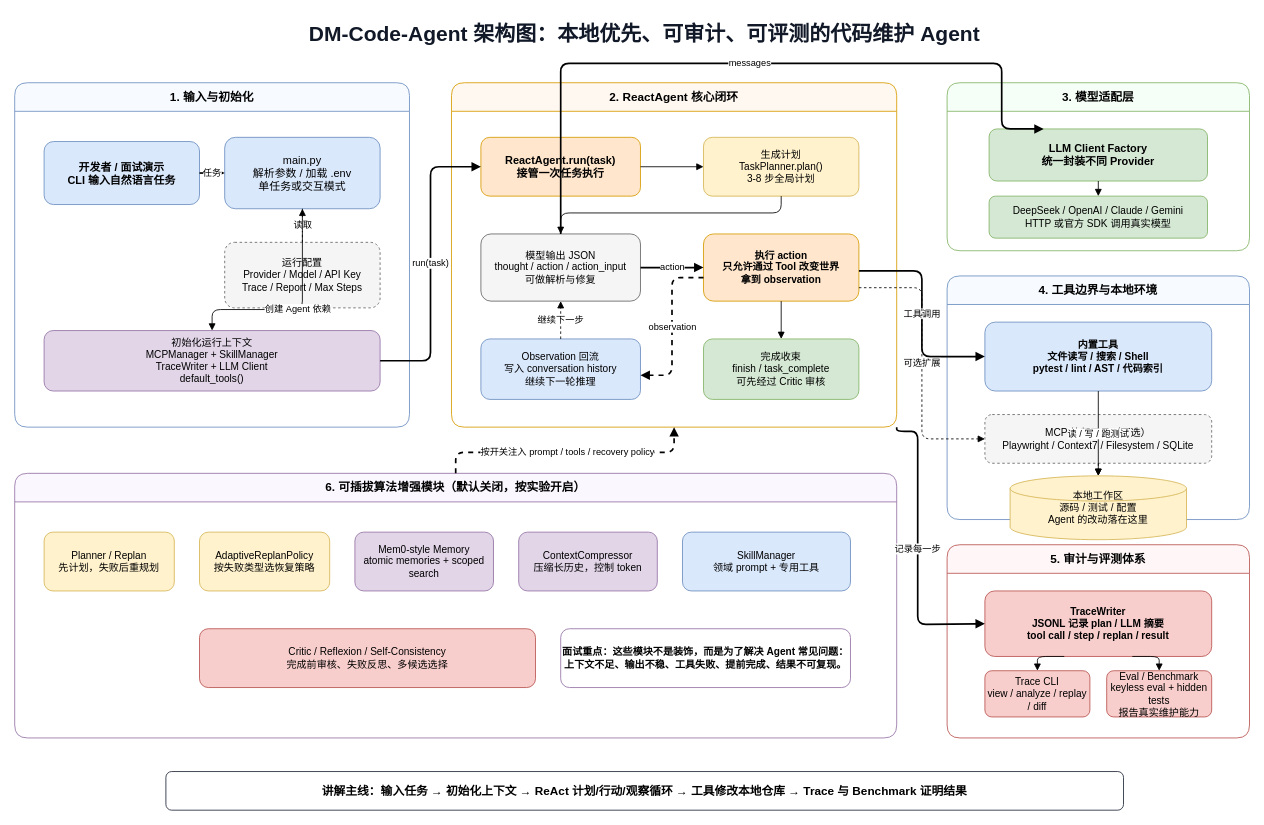
hwfengcs/DM-Code-Agent keeps this draw.io diagram as docs/architecture.drawio. Above is the earlier version. Source tidied: cells renumbered, new cells numbered last; positions are measured from the earlier drawing's top-left corner, leaving out a move shared by most shapes. Both pictures are drawn from the tidied source at 84%, with x=0, y=0 at pixel (14, 14).
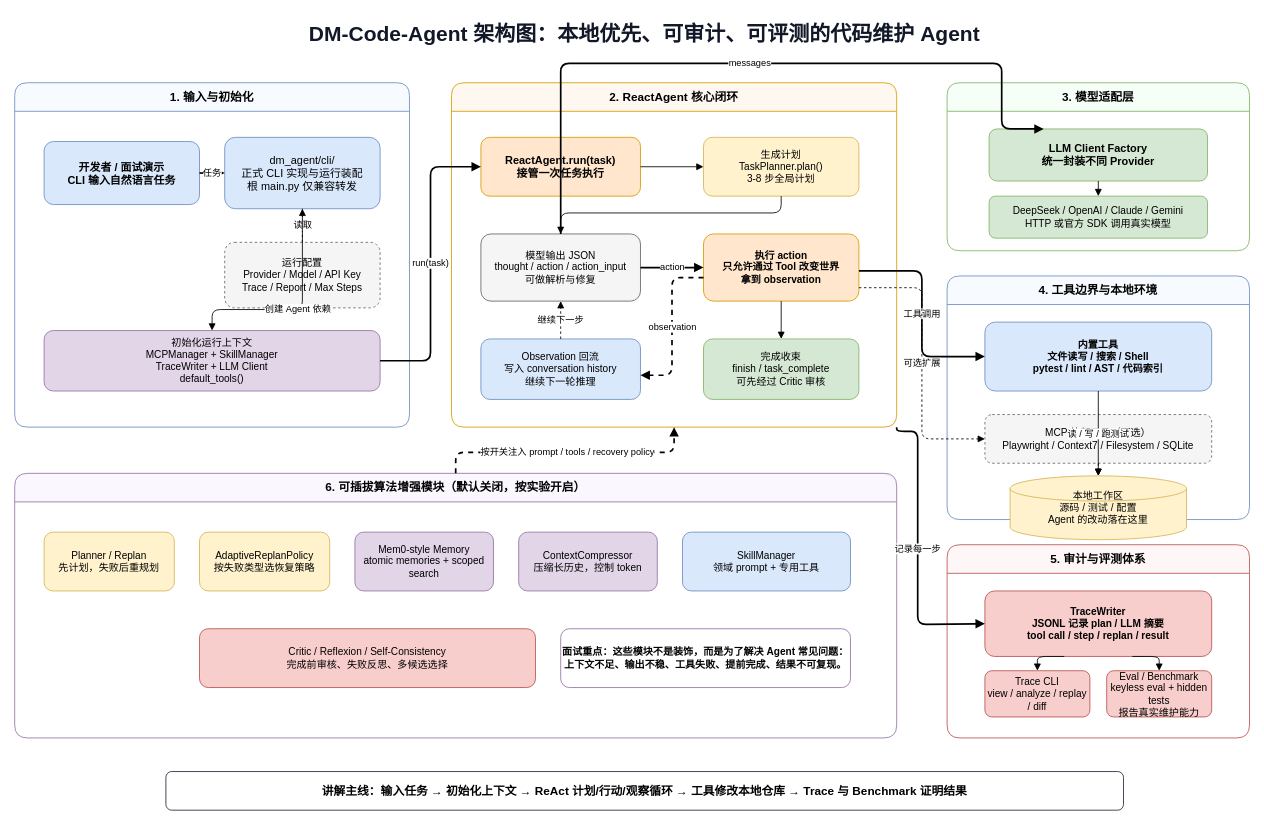
The same page after the edit.

Unchanged cells that the change refers to:
```xml
<mxCell id="3" value="1. 输入与初始化" style="swimlane;startSize=34;rounded=1;whiteSpace=wrap;html=1;fontFamily=Microsoft YaHei;fontSize=14;fontStyle=1;fillColor=#f7fbff;strokeColor=#6c8ebf;" parent="1" vertex="1">
  <mxGeometry y="81" width="470" height="410" as="geometry" />
</mxCell>
```

What changed in the source:
```diff
@@
-    <mxCell id="10" value="main.py&#10;解析参数 / 加载 .env&#10;单任务或交互模式" style="rounded=1;whiteSpace=wrap;html=1;fontFamily=Microsoft YaHei;fontSize=13;fillColor=#dae8fc;strokeColor=#6c8ebf;" parent="3" vertex="1">
+    <mxCell id="10" value="dm_agent/cli/&#10;正式 CLI 实现与运行装配&#10;根 main.py 仅兼容转发" style="rounded=1;whiteSpace=wrap;html=1;fontFamily=Microsoft YaHei;fontSize=13;fillColor=#dae8fc;strokeColor=#6c8ebf;" parent="3" vertex="1">
       <mxGeometry x="250" y="65" width="185" height="85" as="geometry" />
     </mxCell>
```
